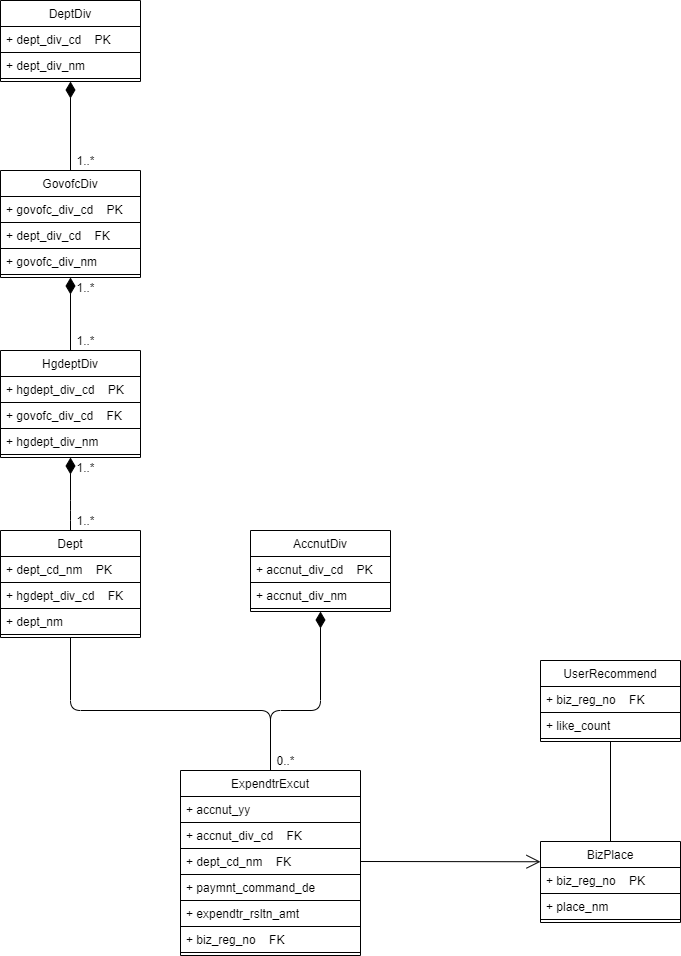
Above: document/다이어그램/uml_data_modeling.png in pengm2ng/AJOU_DATABASE_JMT (draw.io), before the change. Source tidied: cells renumbered, new cells last; positions are measured from the earlier drawing's top-left corner, leaving out a move shared by most shapes.
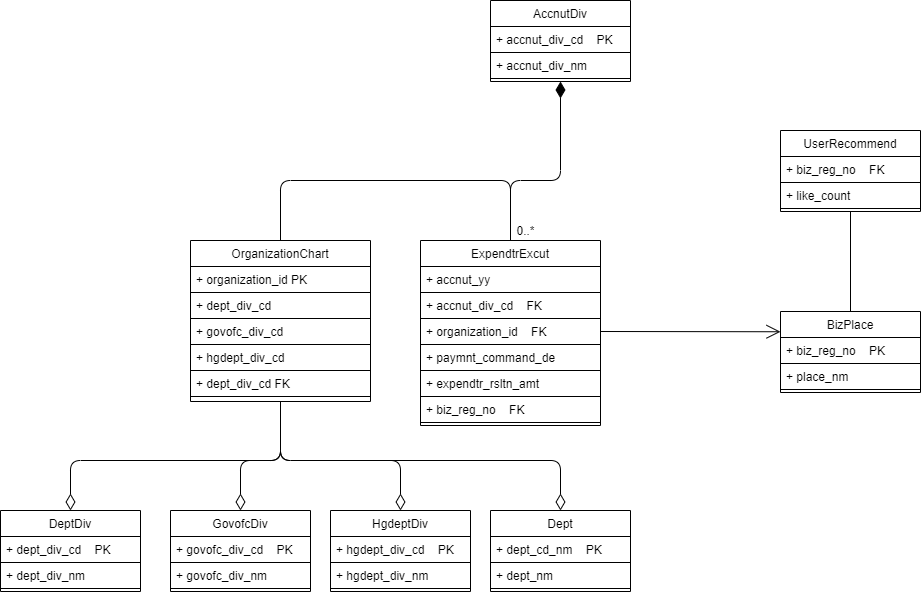
After the change.

Commit message:
modify uml diagram to final scr

Change to the diagram source:
```diff
@@ -11,7 +11,7 @@
     <mxCell id="4" value="+ accnut_div_cd    FK" style="text;fillColor=none;align=left;verticalAlign=top;spacingLeft=4;spacingRight=4;overflow=hidden;strokeColor=#000000;fontColor=#000000;" parent="2" vertex="1">
       <mxGeometry y="52" width="180" height="26" as="geometry" />
     </mxCell>
-    <mxCell id="5" value="+ dept_cd_nm    FK" style="text;fillColor=none;align=left;verticalAlign=top;spacingLeft=4;spacingRight=4;overflow=hidden;points=[[0,0.5],[1,0.5]];portConstraint=eastwest;strokeColor=#000000;fontColor=#000000;" parent="2" vertex="1">
+    <mxCell id="5" value="+ organization_id    FK" style="text;fillColor=none;align=left;verticalAlign=top;spacingLeft=4;spacingRight=4;overflow=hidden;points=[[0,0.5],[1,0.5]];portConstraint=eastwest;strokeColor=#000000;fontColor=#000000;" parent="2" vertex="1">
       <mxGeometry y="78" width="180" height="26" as="geometry" />
     </mxCell>
     <mxCell id="6" value="+ paymnt_command_de" style="text;fillColor=none;align=left;verticalAlign=top;spacingLeft=4;spacingRight=4;overflow=hidden;strokeColor=#000000;fontColor=#000000;" parent="2" vertex="1">
@@ -23,11 +23,8 @@
     <mxCell id="8" value="+ biz_reg_no    FK" style="text;fillColor=none;align=left;verticalAlign=top;spacingLeft=4;spacingRight=4;overflow=hidden;strokeColor=#000000;fontColor=#000000;" parent="2" vertex="1">
       <mxGeometry y="156" width="180" height="26" as="geometry" />
     </mxCell>
-    <mxCell id="9" style="edgeStyle=orthogonalEdgeStyle;jettySize=auto;html=1;exitX=0.5;exitY=1;exitDx=0;exitDy=0;entryX=0.5;entryY=0;entryDx=0;entryDy=0;startArrow=diamondThin;startFill=1;startSize=14;endArrow=none;endFill=0;endSize=12;align=left;strokeColor=#000000;fontColor=#000000;" parent="1" edge="1" source="10" target="14">
-      <mxGeometry relative="1" as="geometry" />
-    </mxCell>
     <mxCell id="10" value="DeptDiv" style="swimlane;fontStyle=0;horizontal=1;startSize=26;fillColor=none;strokeColor=#000000;fontColor=#000000;" parent="1" vertex="1">
-      <mxGeometry width="140" height="81" as="geometry" />
+      <mxGeometry x="-240" y="1040" width="140" height="81" as="geometry" />
     </mxCell>
     <mxCell id="11" value="+ dept_div_cd    PK" style="text;fillColor=none;align=left;verticalAlign=top;spacingLeft=4;spacingRight=4;overflow=hidden;strokeColor=#000000;fontColor=#000000;" parent="10" vertex="1">
       <mxGeometry y="26" width="140" height="26" as="geometry" />
@@ -35,44 +32,32 @@
     <mxCell id="12" value="+ dept_div_nm" style="text;fillColor=none;align=left;verticalAlign=top;spacingLeft=4;spacingRight=4;overflow=hidden;strokeColor=#000000;fontColor=#000000;" parent="10" vertex="1">
       <mxGeometry y="52" width="140" height="26" as="geometry" />
     </mxCell>
-    <mxCell id="13" style="edgeStyle=orthogonalEdgeStyle;jettySize=auto;html=1;exitX=0.5;exitY=1;exitDx=0;exitDy=0;entryX=0.5;entryY=0;entryDx=0;entryDy=0;startArrow=diamondThin;startFill=1;startSize=14;endArrow=none;endFill=0;endSize=12;align=left;strokeColor=#000000;fontColor=#000000;" parent="1" edge="1" source="14" target="18">
-      <mxGeometry relative="1" as="geometry" />
-    </mxCell>
     <mxCell id="14" value="GovofcDiv" style="swimlane;fontStyle=0;horizontal=1;startSize=26;fillColor=none;strokeColor=#000000;fontColor=#000000;" parent="1" vertex="1">
-      <mxGeometry y="170" width="140" height="107" as="geometry" />
+      <mxGeometry x="-70" y="1040" width="140" height="81" as="geometry" />
     </mxCell>
     <mxCell id="15" value="+ govofc_div_cd    PK" style="text;fillColor=none;align=left;verticalAlign=top;spacingLeft=4;spacingRight=4;overflow=hidden;strokeColor=#000000;fontColor=#000000;" parent="14" vertex="1">
       <mxGeometry y="26" width="140" height="26" as="geometry" />
     </mxCell>
-    <mxCell id="16" value="+ dept_div_cd    FK" style="text;fillColor=none;align=left;verticalAlign=top;spacingLeft=4;spacingRight=4;overflow=hidden;strokeColor=#000000;fontColor=#000000;" parent="14" vertex="1">
-      <mxGeometry y="52" width="140" height="26" as="geometry" />
-    </mxCell>
     <mxCell id="17" value="+ govofc_div_nm" style="text;fillColor=none;align=left;verticalAlign=top;spacingLeft=4;spacingRight=4;overflow=hidden;strokeColor=#000000;fontColor=#000000;" parent="14" vertex="1">
-      <mxGeometry y="78" width="140" height="26" as="geometry" />
+      <mxGeometry y="52" width="140" height="26" as="geometry" />
     </mxCell>
     <mxCell id="18" value="HgdeptDiv" style="swimlane;fontStyle=0;horizontal=1;startSize=26;fillColor=none;strokeColor=#000000;fontColor=#000000;" parent="1" vertex="1">
-      <mxGeometry y="350" width="140" height="107" as="geometry" />
+      <mxGeometry x="90" y="1040" width="140" height="81" as="geometry" />
     </mxCell>
     <mxCell id="19" value="+ hgdept_div_cd    PK" style="text;fillColor=none;align=left;verticalAlign=top;spacingLeft=4;spacingRight=4;overflow=hidden;strokeColor=#000000;fontColor=#000000;" parent="18" vertex="1">
       <mxGeometry y="26" width="140" height="26" as="geometry" />
     </mxCell>
-    <mxCell id="20" value="+ govofc_div_cd    FK" style="text;fillColor=none;align=left;verticalAlign=top;spacingLeft=4;spacingRight=4;overflow=hidden;strokeColor=#000000;fontColor=#000000;" parent="18" vertex="1">
-      <mxGeometry y="52" width="140" height="26" as="geometry" />
-    </mxCell>
     <mxCell id="21" value="+ hgdept_div_nm" style="text;fillColor=none;align=left;verticalAlign=top;spacingLeft=4;spacingRight=4;overflow=hidden;strokeColor=#000000;fontColor=#000000;" parent="18" vertex="1">
-      <mxGeometry y="78" width="140" height="26" as="geometry" />
+      <mxGeometry y="52" width="140" height="26" as="geometry" />
     </mxCell>
     <mxCell id="22" value="Dept" style="swimlane;fontStyle=0;horizontal=1;startSize=26;fillColor=none;strokeColor=#000000;fontColor=#000000;" parent="1" vertex="1">
-      <mxGeometry y="530" width="140" height="107" as="geometry" />
+      <mxGeometry x="250" y="1040" width="140" height="81" as="geometry" />
     </mxCell>
     <mxCell id="23" value="+ dept_cd_nm    PK" style="text;fillColor=none;align=left;verticalAlign=top;spacingLeft=4;spacingRight=4;overflow=hidden;strokeColor=#000000;fontColor=#000000;" parent="22" vertex="1">
       <mxGeometry y="26" width="140" height="26" as="geometry" />
     </mxCell>
-    <mxCell id="24" value="+ hgdept_div_cd    FK" style="text;fillColor=none;align=left;verticalAlign=top;spacingLeft=4;spacingRight=4;overflow=hidden;strokeColor=#000000;fontColor=#000000;" parent="22" vertex="1">
-      <mxGeometry y="52" width="140" height="26" as="geometry" />
-    </mxCell>
     <mxCell id="25" value="+ dept_nm" style="text;fillColor=none;align=left;verticalAlign=top;spacingLeft=4;spacingRight=4;overflow=hidden;strokeColor=#000000;fontColor=#000000;" parent="22" vertex="1">
-      <mxGeometry y="78" width="140" height="26" as="geometry" />
+      <mxGeometry y="52" width="140" height="26" as="geometry" />
     </mxCell>
     <mxCell id="26" value="AccnutDiv" style="swimlane;fontStyle=0;horizontal=1;startSize=26;fillColor=none;strokeColor=#000000;fontColor=#000000;" parent="1" vertex="1">
       <mxGeometry x="250" y="530" width="140" height="81" as="geometry" />
@@ -83,10 +68,9 @@
     <mxCell id="28" value="+ accnut_div_nm" style="text;fillColor=none;align=left;verticalAlign=top;spacingLeft=4;spacingRight=4;overflow=hidden;strokeColor=#000000;fontColor=#000000;" parent="26" vertex="1">
       <mxGeometry y="52" width="140" height="26" as="geometry" />
     </mxCell>
-    <mxCell id="29" style="endArrow=none;endSize=12;startArrow=none;startSize=14;startFill=0;edgeStyle=orthogonalEdgeStyle;align=left;verticalAlign=bottom;endFill=0;entryX=0.5;entryY=0;entryDx=0;entryDy=0;exitX=0.5;exitY=1;exitDx=0;exitDy=0;html=1;strokeColor=#000000;fontColor=#000000;" parent="1" edge="1" source="22" target="2">
+    <mxCell id="29" style="endArrow=none;endSize=12;startArrow=none;startSize=14;startFill=0;edgeStyle=orthogonalEdgeStyle;align=left;verticalAlign=bottom;endFill=0;entryX=0.5;entryY=0;entryDx=0;entryDy=0;exitX=0.5;exitY=0;exitDx=0;exitDy=0;html=1;strokeColor=#000000;fontColor=#000000;" parent="1" edge="1" source="46" target="2">
       <mxGeometry x="-0.87" relative="1" as="geometry">
         <Array as="points">
-          <mxPoint x="70" y="710" />
           <mxPoint x="270" y="710" />
         </Array>
       </mxGeometry>
@@ -99,14 +83,6 @@
         </Array>
       </mxGeometry>
     </mxCell>
-    <mxCell id="31" style="endArrow=none;html=1;endSize=12;startArrow=diamondThin;startSize=14;startFill=1;edgeStyle=orthogonalEdgeStyle;align=left;verticalAlign=bottom;endFill=0;entryX=0.5;entryY=0;entryDx=0;entryDy=0;exitX=0.5;exitY=1;exitDx=0;exitDy=0;strokeColor=#000000;fontColor=#000000;" parent="1" edge="1" source="18" target="22">
-      <mxGeometry x="-0.51" y="10" relative="1" as="geometry">
-        <Array as="points">
-          <mxPoint x="70" y="510" />
-          <mxPoint x="70" y="510" />
-        </Array>
-      </mxGeometry>
-    </mxCell>
     <mxCell id="32" value="UserRecommend" style="swimlane;fontStyle=0;horizontal=1;startSize=26;fillColor=none;strokeColor=#000000;fontColor=#000000;" parent="1" vertex="1">
       <mxGeometry x="540" y="660" width="140" height="81" as="geometry" />
     </mxCell>
@@ -125,9 +101,6 @@
     <mxCell id="37" value="+ place_nm" style="text;fillColor=none;align=left;verticalAlign=top;spacingLeft=4;spacingRight=4;overflow=hidden;strokeColor=#000000;fontColor=#000000;" parent="35" vertex="1">
       <mxGeometry y="52" width="140" height="26" as="geometry" />
     </mxCell>
-    <mxCell id="38" value="1..*" style="text;html=1;align=center;verticalAlign=middle;fontColor=#000000;" parent="1" vertex="1">
-      <mxGeometry x="70" y="510" width="30" height="20" as="geometry" />
-    </mxCell>
     <mxCell id="39" value="0..*" style="text;html=1;align=center;verticalAlign=middle;fontColor=#000000;" parent="1" vertex="1">
       <mxGeometry x="270" y="750" width="30" height="20" as="geometry" />
     </mxCell>
@@ -137,17 +110,55 @@
     <mxCell id="41" style="endArrow=none;html=1;edgeStyle=orthogonalEdgeStyle;entryX=0.5;entryY=0;entryDx=0;entryDy=0;strokeColor=#000000;fontColor=#000000;" parent="1" edge="1" source="32" target="35">
       <mxGeometry relative="1" as="geometry" />
     </mxCell>
-    <mxCell id="42" value="1..*" style="text;html=1;align=center;verticalAlign=middle;fontColor=#000000;" parent="1" vertex="1">
-      <mxGeometry x="70" y="330" width="30" height="20" as="geometry" />
-    </mxCell>
-    <mxCell id="43" value="1..*" style="text;html=1;align=center;verticalAlign=middle;fontColor=#000000;" parent="1" vertex="1">
-      <mxGeometry x="70" y="150" width="30" height="20" as="geometry" />
-    </mxCell>
-    <mxCell id="44" value="1..*" style="text;html=1;align=center;verticalAlign=middle;fontColor=#000000;" parent="1" vertex="1">
-      <mxGeometry x="70" y="457" width="30" height="20" as="geometry" />
-    </mxCell>
-    <mxCell id="45" value="1..*" style="text;html=1;align=center;verticalAlign=middle;fontColor=#000000;" parent="1" vertex="1">
-      <mxGeometry x="70" y="277" width="30" height="20" as="geometry" />
-    </mxCell>
+    <mxCell id="46" value="OrganizationChart" style="swimlane;fontStyle=0;horizontal=1;startSize=26;fillColor=none;strokeColor=#000000;fontColor=#000000;" parent="1" vertex="1">
+      <mxGeometry x="-50" y="770" width="180" height="161" as="geometry" />
+    </mxCell>
+    <mxCell id="47" value="+ organization_id PK" style="text;fillColor=none;align=left;verticalAlign=top;spacingLeft=4;spacingRight=4;overflow=hidden;strokeColor=#000000;fontColor=#000000;" parent="46" vertex="1">
+      <mxGeometry y="26" width="180" height="26" as="geometry" />
+    </mxCell>
+    <mxCell id="48" value="+ dept_div_cd" style="text;fillColor=none;align=left;verticalAlign=top;spacingLeft=4;spacingRight=4;overflow=hidden;strokeColor=#000000;fontColor=#000000;" parent="46" vertex="1">
+      <mxGeometry y="52" width="180" height="26" as="geometry" />
+    </mxCell>
+    <mxCell id="49" value="+ govofc_div_cd" style="text;fillColor=none;align=left;verticalAlign=top;spacingLeft=4;spacingRight=4;overflow=hidden;strokeColor=#000000;fontColor=#000000;" parent="46" vertex="1">
+      <mxGeometry y="78" width="180" height="26" as="geometry" />
+    </mxCell>
+    <mxCell id="50" value="+ hgdept_div_cd" style="text;fillColor=none;align=left;verticalAlign=top;spacingLeft=4;spacingRight=4;overflow=hidden;strokeColor=#000000;fontColor=#000000;" parent="46" vertex="1">
+      <mxGeometry y="104" width="180" height="26" as="geometry" />
+    </mxCell>
+    <mxCell id="16" value="+ dept_div_cd FK" style="text;fillColor=none;align=left;verticalAlign=top;spacingLeft=4;spacingRight=4;overflow=hidden;strokeColor=#000000;fontColor=#000000;" parent="46" vertex="1">
+      <mxGeometry y="130" width="180" height="26" as="geometry" />
+    </mxCell>
+    <mxCell id="51" style="endArrow=none;html=1;endSize=12;startArrow=diamondThin;startSize=14;startFill=0;edgeStyle=orthogonalEdgeStyle;align=left;verticalAlign=bottom;strokeColor=#000;endFill=0;entryX=0.5;entryY=1;entryDx=0;entryDy=0;exitX=0.5;exitY=0;exitDx=0;exitDy=0;" parent="1" edge="1" source="10" target="46">
+      <mxGeometry x="-0.31" y="-30" relative="1" as="geometry">
+        <Array as="points">
+          <mxPoint x="-170" y="990" />
+          <mxPoint x="40" y="990" />
+        </Array>
+      </mxGeometry>
+    </mxCell>
+    <mxCell id="52" style="endArrow=none;html=1;endSize=12;startArrow=diamondThin;startSize=14;startFill=0;edgeStyle=orthogonalEdgeStyle;align=left;verticalAlign=bottom;strokeColor=#000;endFill=0;exitX=0.5;exitY=0;exitDx=0;exitDy=0;entryX=0.5;entryY=1;entryDx=0;entryDy=0;" parent="1" edge="1" source="14" target="46">
+      <mxGeometry x="-1" y="3" relative="1" as="geometry">
+        <Array as="points">
+          <mxPoint y="990" />
+          <mxPoint x="40" y="990" />
+        </Array>
+      </mxGeometry>
+    </mxCell>
+    <mxCell id="53" style="endArrow=none;html=1;endSize=12;startArrow=diamondThin;startSize=14;startFill=0;edgeStyle=orthogonalEdgeStyle;align=left;verticalAlign=bottom;strokeColor=#000;endFill=0;exitX=0.5;exitY=0;exitDx=0;exitDy=0;entryX=0.5;entryY=1;entryDx=0;entryDy=0;" parent="1" edge="1" source="18" target="46">
+      <mxGeometry x="-1" y="3" relative="1" as="geometry">
+        <Array as="points">
+          <mxPoint x="160" y="990" />
+          <mxPoint x="40" y="990" />
+        </Array>
+      </mxGeometry>
+    </mxCell>
+    <mxCell id="54" style="endArrow=none;html=1;endSize=12;startArrow=diamondThin;startSize=14;startFill=0;edgeStyle=orthogonalEdgeStyle;align=left;verticalAlign=bottom;strokeColor=#000;endFill=0;exitX=0.5;exitY=0;exitDx=0;exitDy=0;entryX=0.5;entryY=1;entryDx=0;entryDy=0;" parent="1" edge="1" source="22" target="46">
+      <mxGeometry x="-1" y="3" relative="1" as="geometry">
+        <Array as="points">
+          <mxPoint x="320" y="990" />
+          <mxPoint x="40" y="990" />
+        </Array>
+      </mxGeometry>
+    </mxCell>
   </root>
 </mxGraphModel>
```
